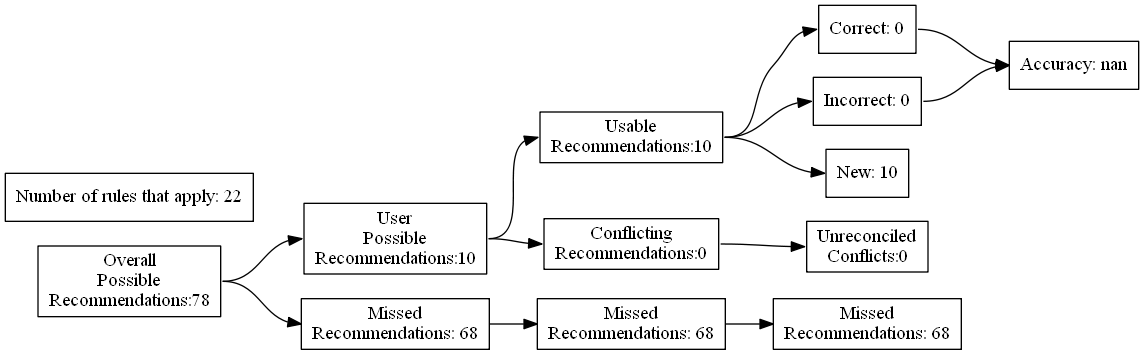
The Graphviz diagram test_renders/42.gv.png in ZaxR/ibd_diet_analysis, before a commit. Its source is kept beside it as test_renders/42.gv.
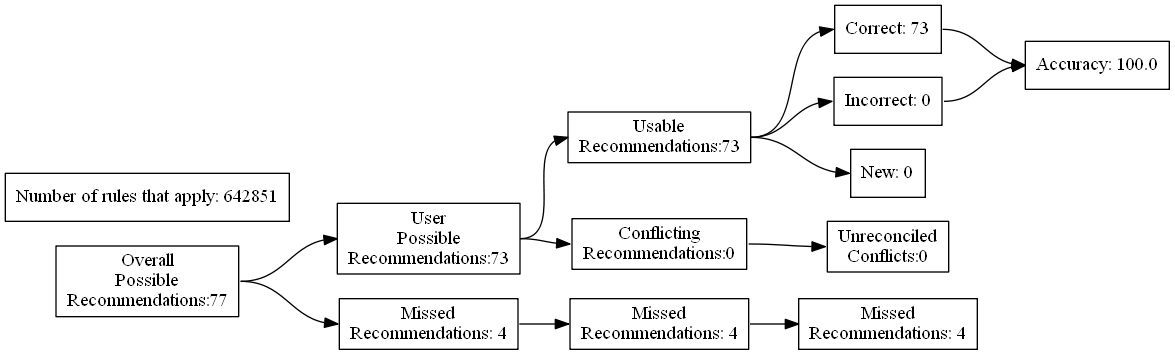
The same diagram one commit later.

Change to the diagram source:
```diff
@@ -4,27 +4,27 @@
 	edge [headport=w tailport=e]
 		A [label="Overall
 Possible
-Recommendations:78"]
+Recommendations:77"]
 		B [label="User
 Possible
-Recommendations:10"]
+Recommendations:73"]
 		C [label="Missed
-Recommendations: 68"]
+Recommendations: 4"]
 		D [label="Usable
-Recommendations:10"]
+Recommendations:73"]
 		E [label="Conflicting
 Recommendations:0"]
 		J [label="Missed
-Recommendations: 68"]
+Recommendations: 4"]
 		M [label="Unreconciled
 Conflicts:0"]
-		F [label="Correct: 0"]
+		F [label="Correct: 73"]
 		G [label="Incorrect: 0"]
-		H [label="New: 10"]
+		H [label="New: 0"]
 		K [label="Missed
-Recommendations: 68"]
-		I [label="Accuracy: nan"]
-		l [label="Number of rules that apply: 22"]
+Recommendations: 4"]
+		I [label="Accuracy: 100.0"]
+		l [label="Number of rules that apply: 642851"]
 			A -> B
 			A -> C
 			B -> D
```
